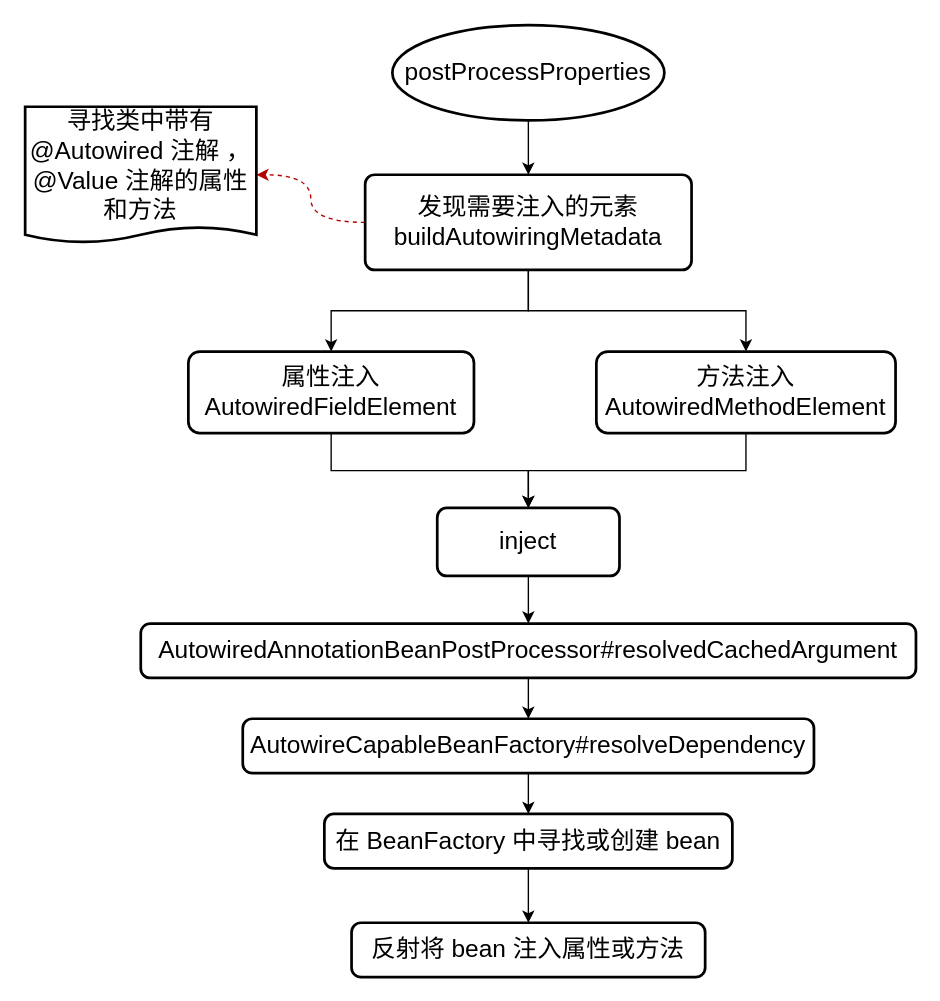
The draw.io diagram spring/AutowiredAnnotationBeanPostProcessor依赖注入.drawio in GitHeP/diagrams, before the edit. Source tidied: cells renumbered, new cells numbered last; positions are measured from the earlier drawing's top-left corner, leaving out a move shared by most shapes. Both pictures are drawn from the tidied source at 136%, with x=0, y=0 at pixel (24, 24).
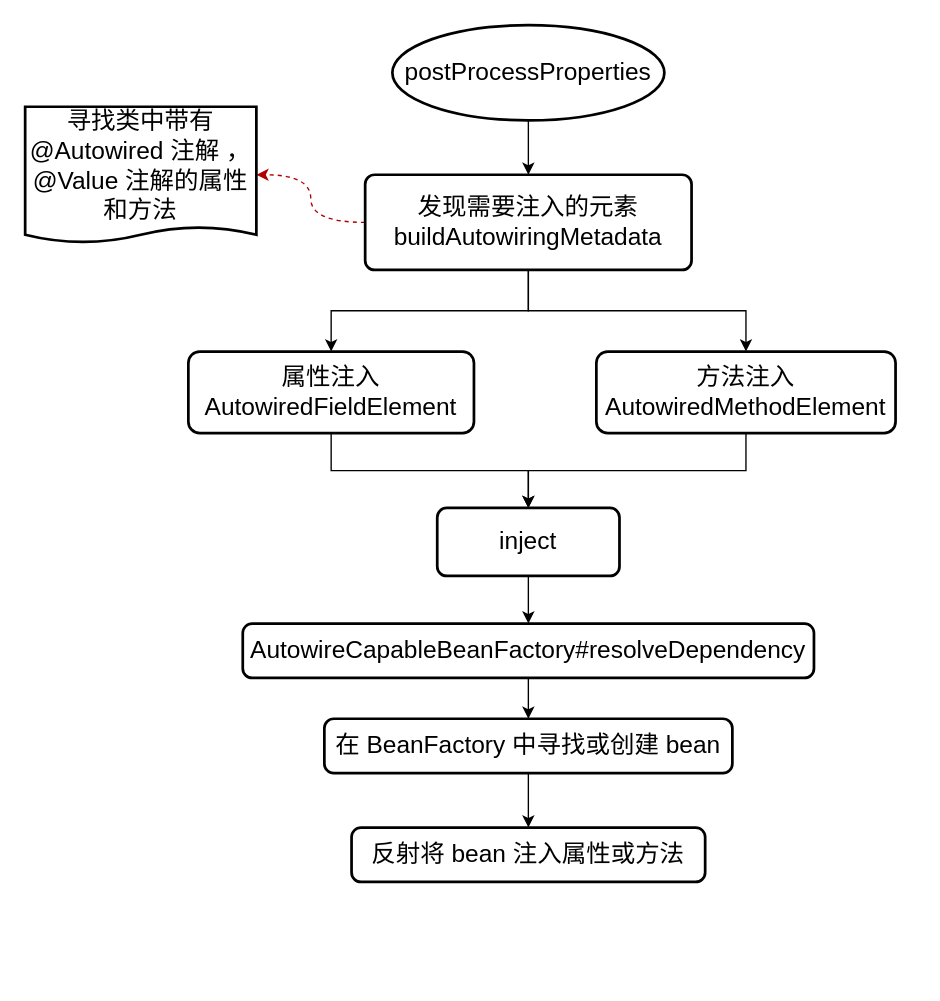
Above is the later version.

Commit message (it also covers changes not shown here):
更新AutowiredAnnotationBeanPostProcessor依赖注入.drawio

The change refers to these unchanged cells:
```xml
<mxCell id="14" value="inject" style="rounded=1;whiteSpace=wrap;html=1;absoluteArcSize=1;arcSize=14;strokeWidth=2;fontSize=18;" parent="1" vertex="1">
  <mxGeometry x="303" y="355" width="134" height="50" as="geometry" />
</mxCell>
```

The edit, as a diff of the source:
```diff
@@
-    <mxCell id="13" style="edgeStyle=orthogonalEdgeStyle;rounded=0;jettySize=auto;html=1;fontSize=18;" parent="1" edge="1" source="14" target="16">
-      <mxGeometry relative="1" as="geometry" />
-    </mxCell>
+    <mxCell id="22" style="edgeStyle=orthogonalEdgeStyle;curved=1;jettySize=auto;html=1;fontSize=18;" parent="1" edge="1" source="14" target="18">
+      <mxGeometry relative="1" as="geometry" />
+    </mxCell>
@@
-    <mxCell id="15" style="edgeStyle=orthogonalEdgeStyle;rounded=0;jettySize=auto;html=1;entryX=0.5;entryY=0;entryDx=0;entryDy=0;fontSize=18;" parent="1" edge="1" source="16" target="18">
-      <mxGeometry relative="1" as="geometry" />
-    </mxCell>
-    <mxCell id="16" value="AutowiredAnnotationBeanPostProcessor#resolvedCachedArgument" style="rounded=1;whiteSpace=wrap;html=1;absoluteArcSize=1;arcSize=14;strokeWidth=2;fontSize=18;" parent="1" vertex="1">
-      <mxGeometry x="85" y="440" width="570" height="40" as="geometry" />
-    </mxCell>
@@
     <mxCell id="18" value="AutowireCapableBeanFactory#resolveDependency" style="rounded=1;whiteSpace=wrap;html=1;absoluteArcSize=1;arcSize=14;strokeWidth=2;fontSize=18;" parent="1" vertex="1">
-      <mxGeometry x="160" y="510" width="420" height="40" as="geometry" />
+      <mxGeometry x="160" y="440" width="420" height="40" as="geometry" />
     </mxCell>
@@
     <mxCell id="20" value="在 BeanFactory 中寻找或创建 bean" style="rounded=1;whiteSpace=wrap;html=1;absoluteArcSize=1;arcSize=14;strokeWidth=2;fontSize=18;" parent="1" vertex="1">
-      <mxGeometry x="220" y="580" width="300" height="40" as="geometry" />
+      <mxGeometry x="220" y="510" width="300" height="40" as="geometry" />
     </mxCell>
     <mxCell id="21" value="反射将 bean 注入属性或方法" style="rounded=1;whiteSpace=wrap;html=1;absoluteArcSize=1;arcSize=14;strokeWidth=2;fontSize=18;" parent="1" vertex="1">
-      <mxGeometry x="240" y="660" width="260" height="40" as="geometry" />
+      <mxGeometry x="240" y="590" width="260" height="40" as="geometry" />
     </mxCell>
```
